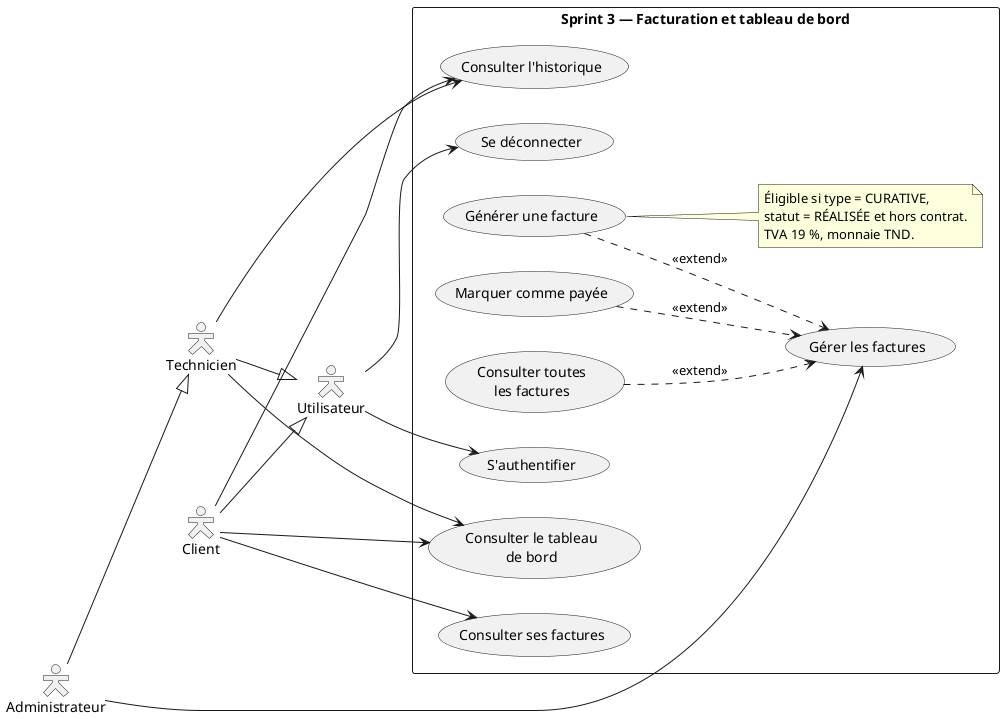
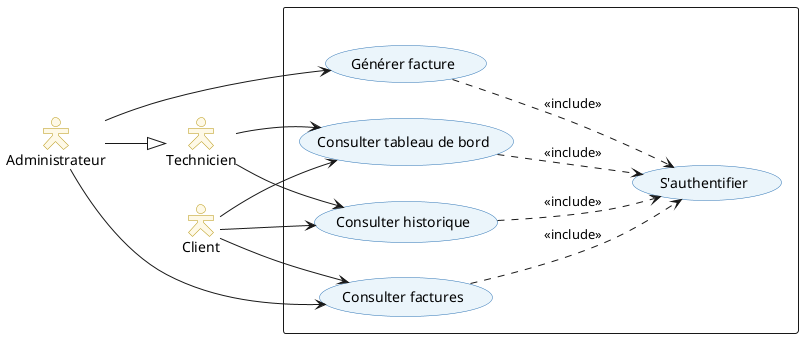
@startuml 18_sprint3_use_case
left to right direction
skinparam packageStyle rectangle
skinparam actorStyle Hollow
- 
- actor "Utilisateur" as U
- actor "Technicien" as T
- actor "Administrateur" as A
- actor "Client" as C
- 
- A --|> T
- T --|> U
- C --|> U
- 
- rectangle "Sprint 3 — Facturation et tableau de bord" {
- 
-   usecase "S'authentifier" as UC_AUTH
-   usecase "Se déconnecter" as UC_LOGOUT
- 
-   usecase "Gérer les factures" as UC_FACTURES
-   usecase "Générer une facture" as UC_GEN_FACTURE
-   usecase "Marquer comme payée" as UC_PAY_FACTURE
-   usecase "Consulter toutes\nles factures" as UC_LIST_FACTURES
- 
-   usecase "Consulter ses factures" as UC_CLIENT_FACTURES
-   usecase "Consulter l'historique" as UC_HISTORIQUE
-   usecase "Consulter le tableau\nde bord" as UC_DASHBOARD
- 
-   note right of UC_GEN_FACTURE
-     Éligible si type = CURATIVE,
-     statut = RÉALISÉE et hors contrat.
-     TVA 19 %, monnaie TND.
-   end note
+ skinparam usecase {
+   BackgroundColor #EBF5FB
+   BorderColor #2E74B5
+ }
+ skinparam actor {
+   BackgroundColor #FEF9E7
+   BorderColor #B7950B
}

- U --> UC_AUTH
- U --> UC_LOGOUT
+ actor "Administrateur" as Admin
+ actor "Technicien"     as Tech
+ actor "Client"         as Cli

- A --> UC_FACTURES
+ Admin --|> Tech

- T --> UC_HISTORIQUE
- T --> UC_DASHBOARD
+ rectangle " " {
+   usecase "S'authentifier"           as UC_AUTH
+   usecase "Générer facture"          as UC_INVOICE
+   usecase "Consulter factures"       as UC_VIEW_INV
+   usecase "Consulter historique"     as UC_HISTORY
+   usecase "Consulter tableau de bord" as UC_DASH
+ }

- C --> UC_CLIENT_FACTURES
- C --> UC_HISTORIQUE
- C --> UC_DASHBOARD
+ Admin --> UC_INVOICE
+ Admin --> UC_VIEW_INV
+ Cli   --> UC_VIEW_INV
+ Tech  --> UC_HISTORY
+ Cli   --> UC_HISTORY
+ Tech  --> UC_DASH
+ Cli   --> UC_DASH

- UC_GEN_FACTURE ..> UC_FACTURES : <<extend>>
- UC_PAY_FACTURE ..> UC_FACTURES : <<extend>>
- UC_LIST_FACTURES ..> UC_FACTURES : <<extend>>
+ UC_INVOICE   ..> UC_AUTH : <<include>>
+ UC_VIEW_INV  ..> UC_AUTH : <<include>>
+ UC_HISTORY   ..> UC_AUTH : <<include>>
+ UC_DASH      ..> UC_AUTH : <<include>>

@enduml
